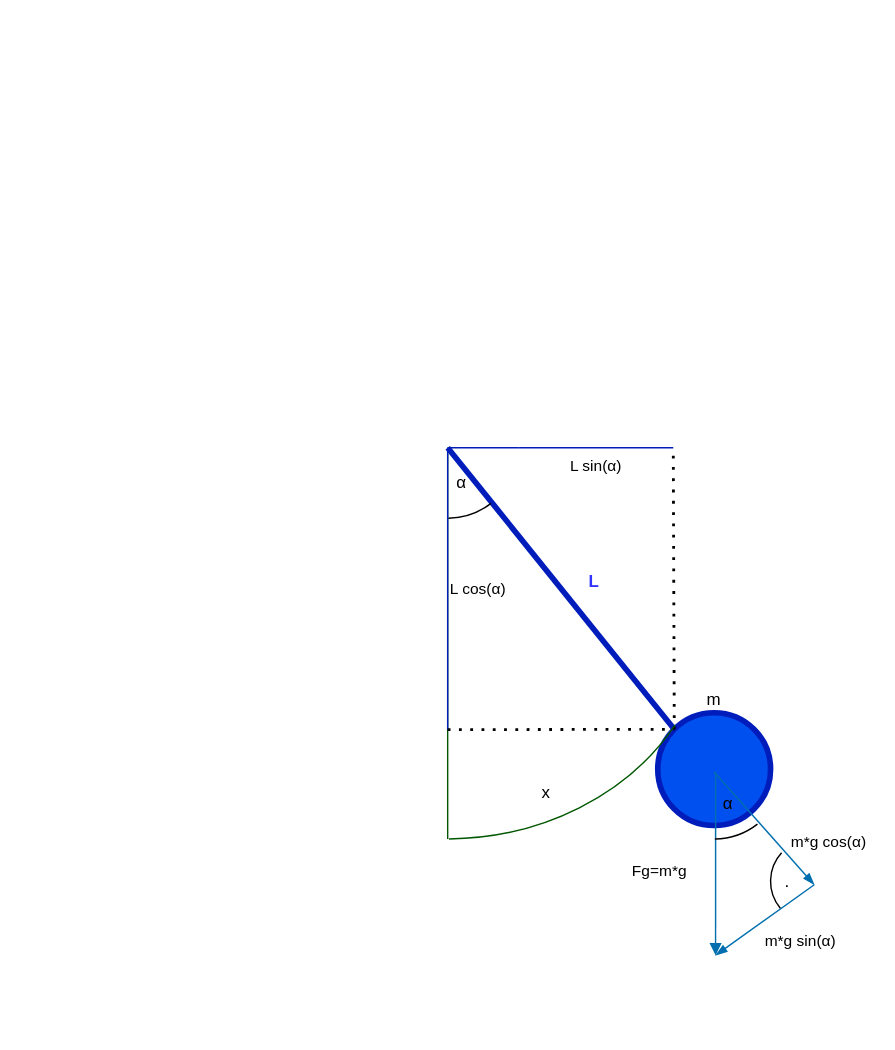
Above: rysunek.drawio in WelfareUnit/Projekt2 (draw.io), before the change. Source tidied: cells renumbered, new cells numbered last; positions are measured from the earlier drawing's top-left corner, leaving out a move shared by most shapes. Both pictures are drawn from the tidied source at 141%, with x=0, y=0 at pixel (180, 376).
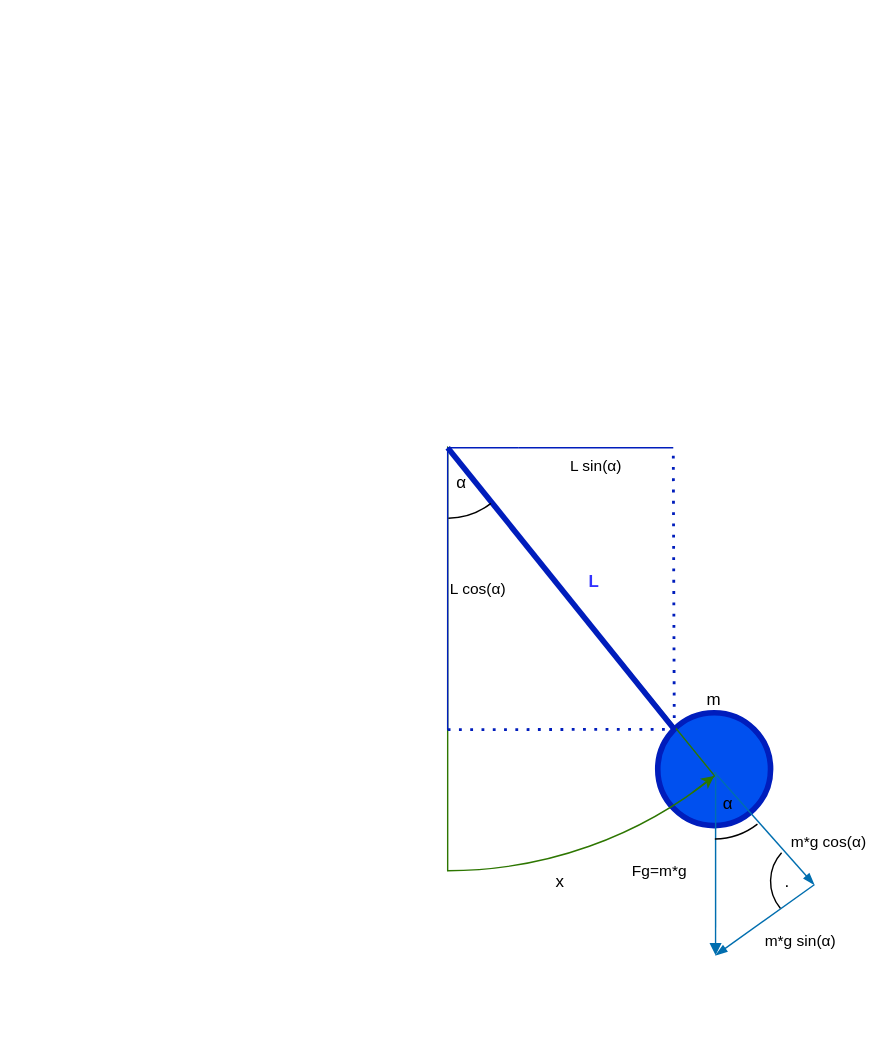
The same diagram, later.

Unchanged cells that the change refers to:
```xml
<mxCell id="3" value="&lt;div&gt;m&lt;/div&gt;" style="ellipse;whiteSpace=wrap;html=1;strokeWidth=4;fillColor=#0050ef;fontColor=#000000;strokeColor=#001DBC;align=center;labelPosition=center;verticalLabelPosition=top;verticalAlign=bottom;" parent="1" vertex="1">
  <mxGeometry x="338" y="238" width="80" height="80" as="geometry" />
</mxCell>
```

The edit, as a diff of the source:
```diff
@@
-    <mxCell id="2" style="endArrow=none;html=1;rounded=0;entryX=0.5;entryY=1;entryDx=0;entryDy=0;entryPerimeter=0;fillColor=#008a00;strokeColor=#005700;" parent="1" edge="1">
-      <mxGeometry relative="1" as="geometry">
-        <mxPoint x="189" y="50" as="sourcePoint" />
-        <mxPoint x="189" y="327.5" as="targetPoint" />
-      </mxGeometry>
-    </mxCell>
@@
+    <mxCell id="23" style="verticalLabelPosition=bottom;verticalAlign=top;html=1;shape=mxgraph.basic.pie;startAngle=0.3913260905740087;endAngle=0.5;fillColor=none;fontColor=#ffffff;strokeColor=#2D7600;" parent="1" vertex="1">
+      <mxGeometry x="-111" y="-250" width="600" height="600" as="geometry" />
+    </mxCell>
@@
-    <mxCell id="7" style="endArrow=none;dashed=1;html=1;dashPattern=1 3;strokeWidth=2;rounded=0;entryX=0;entryY=0;entryDx=0;entryDy=0;" parent="1" edge="1" target="3">
-      <mxGeometry relative="1" as="geometry">
-        <mxPoint x="189" y="250" as="sourcePoint" />
-      </mxGeometry>
-    </mxCell>
-    <mxCell id="8" style="endArrow=none;dashed=1;html=1;dashPattern=1 3;strokeWidth=2;rounded=0;exitX=0;exitY=0;exitDx=0;exitDy=0;" parent="1" edge="1" source="3">
+    <mxCell id="8" style="endArrow=none;dashed=1;html=1;dashPattern=1 3;strokeWidth=2;rounded=0;exitX=0;exitY=0;exitDx=0;exitDy=0;fillColor=#0050ef;strokeColor=#001DBC;" parent="1" edge="1" source="3">
       <mxGeometry relative="1" as="geometry">
         <mxPoint x="349" y="50" as="targetPoint" />
       </mxGeometry>
     </mxCell>
@@
-    <mxCell id="11" style="verticalLabelPosition=bottom;verticalAlign=top;html=1;shape=mxgraph.basic.arc;startAngle=0.33415680048955126;endAngle=0.4984085036175459;labelBorderColor=default;labelPosition=right;align=left;fillColor=#008a00;fontColor=#ffffff;strokeColor=#005700;" parent="1" vertex="1">
-      <mxGeometry y="1" width="376" height="326.5" as="geometry" />
-    </mxCell>
@@
     <mxCell id="21" value="x" style="text;html=1;align=center;verticalAlign=middle;whiteSpace=wrap;rounded=0;" parent="1" vertex="1">
-      <mxGeometry x="229" y="280" width="60" height="30" as="geometry" />
+      <mxGeometry x="239" y="342.5" width="60" height="30" as="geometry" />
     </mxCell>
@@
+    <mxCell id="7" style="endArrow=none;dashed=1;html=1;dashPattern=1 3;strokeWidth=2;rounded=0;entryX=0;entryY=0;entryDx=0;entryDy=0;fillColor=#0050ef;strokeColor=#001DBC;" parent="1" edge="1" target="3">
+      <mxGeometry relative="1" as="geometry">
+        <mxPoint x="189" y="250" as="sourcePoint" />
+      </mxGeometry>
+    </mxCell>
+    <mxCell id="24" style="endArrow=classic;html=1;rounded=0;entryX=0.815;entryY=0.888;entryDx=0;entryDy=0;entryPerimeter=0;exitX=0.79;exitY=0.907;exitDx=0;exitDy=0;exitPerimeter=0;fillColor=#60a917;strokeColor=#2D7600;" parent="1" edge="1" source="23" target="23">
+      <mxGeometry relative="1" as="geometry" />
+    </mxCell>
```
